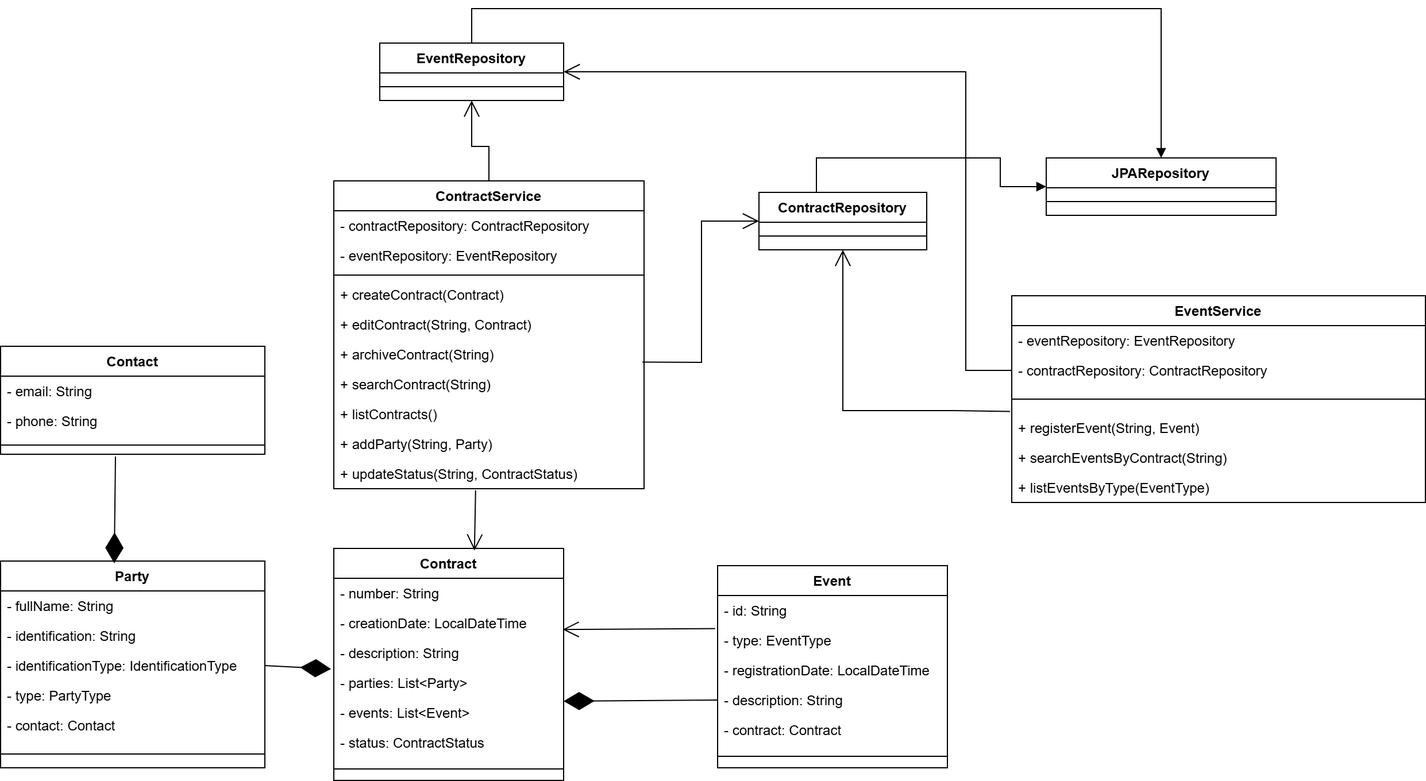
The draw.io diagram src/main/resources/docs/png_docs/classes.png in juliocloud/gerenciamento-contratos, before a commit. Source tidied: cells renumbered, new cells last; positions are measured from the earlier drawing's top-left corner, leaving out a move shared by most shapes.
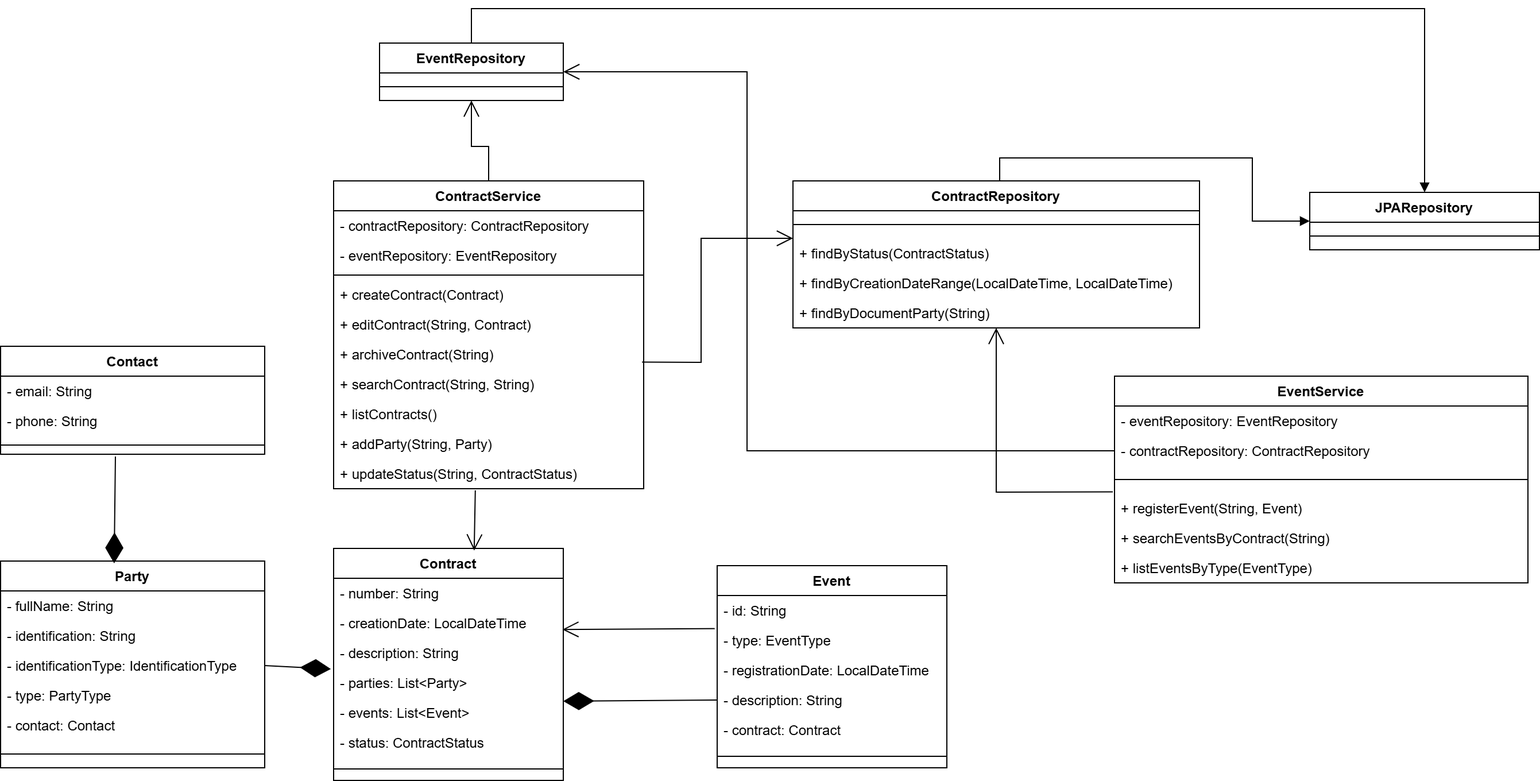
Later version of the same file.

Diff of the diagram source:
```diff
@@ -88,7 +88,7 @@
     <mxCell id="29" value="+ archiveContract(String)" style="text;strokeColor=none;fillColor=none;align=left;verticalAlign=top;spacingLeft=4;spacingRight=4;overflow=hidden;points=[[0,0.5],[1,0.5]];portConstraint=eastwest;whiteSpace=wrap;html=1;" parent="23" vertex="1">
       <mxGeometry y="138" width="270" height="26" as="geometry" />
     </mxCell>
-    <mxCell id="30" value="+ searchContract(String)" style="text;strokeColor=none;fillColor=none;align=left;verticalAlign=top;spacingLeft=4;spacingRight=4;overflow=hidden;whiteSpace=wrap;html=1;" parent="23" vertex="1">
+    <mxCell id="30" value="+ searchContract(String, String)" style="text;strokeColor=none;fillColor=none;align=left;verticalAlign=top;spacingLeft=4;spacingRight=4;overflow=hidden;whiteSpace=wrap;html=1;" parent="23" vertex="1">
       <mxGeometry y="164" width="270" height="26" as="geometry" />
     </mxCell>
     <mxCell id="31" value="+ listContracts()" style="text;strokeColor=none;fillColor=none;align=left;verticalAlign=top;spacingLeft=4;spacingRight=4;overflow=hidden;whiteSpace=wrap;html=1;" parent="23" vertex="1">
@@ -103,26 +103,36 @@
     <mxCell id="34" style="endArrow=open;endFill=1;endSize=12;html=1;rounded=0;exitX=0.457;exitY=1.055;exitDx=0;exitDy=0;exitPerimeter=0;entryX=0.612;entryY=0.009;entryDx=0;entryDy=0;entryPerimeter=0;" parent="1" edge="1" source="33" target="2">
       <mxGeometry relative="1" as="geometry" />
     </mxCell>
-    <mxCell id="35" style="edgeStyle=orthogonalEdgeStyle;rounded=0;jettySize=auto;html=1;entryX=0;entryY=0.5;entryDx=0;entryDy=0;endArrow=block;endFill=1;" parent="1" edge="1" source="36" target="61">
+    <mxCell id="35" style="edgeStyle=orthogonalEdgeStyle;rounded=0;jettySize=auto;html=1;endArrow=block;endFill=1;entryX=0;entryY=0.5;entryDx=0;entryDy=0;" parent="1" edge="1" source="36" target="61">
       <mxGeometry relative="1" as="geometry">
         <Array as="points">
-          <mxPoint x="710" y="130" />
           <mxPoint x="870" y="130" />
-          <mxPoint x="870" y="155" />
+          <mxPoint x="1090" y="130" />
+          <mxPoint x="1090" y="185" />
         </Array>
       </mxGeometry>
     </mxCell>
     <mxCell id="36" value="ContractRepository" style="swimlane;fontStyle=1;align=center;verticalAlign=top;horizontal=1;startSize=26;whiteSpace=wrap;html=1;" parent="1" vertex="1">
-      <mxGeometry x="660" y="160" width="146" height="50" as="geometry" />
+      <mxGeometry x="690" y="150" width="354" height="128" as="geometry" />
     </mxCell>
     <mxCell id="37" style="line;strokeWidth=1;fillColor=none;align=left;verticalAlign=middle;spacingTop=-1;spacingLeft=3;spacingRight=3;labelPosition=right;strokeColor=inherit;" parent="36" vertex="1">
-      <mxGeometry y="26" width="146" height="24" as="geometry" />
+      <mxGeometry y="26" width="354" height="24" as="geometry" />
     </mxCell>
+    <mxCell id="63" value="+ findByStatus(ContractStatus)" style="text;strokeColor=none;fillColor=none;align=left;verticalAlign=top;spacingLeft=4;spacingRight=4;overflow=hidden;whiteSpace=wrap;html=1;" parent="36" vertex="1">
+      <mxGeometry y="50" width="354" height="26" as="geometry" />
+    </mxCell>
+    <mxCell id="64" value="+ findByCreationDateRange(LocalDateTime, LocalDateTime)" style="text;strokeColor=none;fillColor=none;align=left;verticalAlign=top;spacingLeft=4;spacingRight=4;overflow=hidden;whiteSpace=wrap;html=1;" parent="36" vertex="1">
+      <mxGeometry y="76" width="354" height="26" as="geometry" />
+    </mxCell>
+    <mxCell id="65" value="+ findByDocumentParty(String)" style="text;strokeColor=none;fillColor=none;align=left;verticalAlign=top;spacingLeft=4;spacingRight=4;overflow=hidden;whiteSpace=wrap;html=1;" parent="36" vertex="1">
+      <mxGeometry y="102" width="354" height="26" as="geometry" />
+    </mxCell>
-    <mxCell id="38" style="endArrow=open;endFill=1;endSize=12;html=1;rounded=0;exitX=0.995;exitY=0.762;exitDx=0;exitDy=0;exitPerimeter=0;entryX=0;entryY=0.5;entryDx=0;entryDy=0;" parent="1" edge="1" source="29" target="36">
+    <mxCell id="38" style="endArrow=open;endFill=1;endSize=12;html=1;rounded=0;exitX=0.995;exitY=0.762;exitDx=0;exitDy=0;exitPerimeter=0;" parent="1" edge="1" source="29">
       <mxGeometry relative="1" as="geometry">
+        <mxPoint x="690" y="200" as="targetPoint" />
         <Array as="points">
           <mxPoint x="610" y="308" />
-          <mxPoint x="610" y="185" />
+          <mxPoint x="610" y="200" />
         </Array>
       </mxGeometry>
     </mxCell>
@@ -157,7 +167,7 @@
       <mxGeometry relative="1" as="geometry">
         <Array as="points">
           <mxPoint x="410" />
-          <mxPoint x="1010" />
+          <mxPoint x="1240" />
         </Array>
       </mxGeometry>
     </mxCell>
@@ -168,7 +178,7 @@
       <mxGeometry y="26" width="160" height="24" as="geometry" />
     </mxCell>
     <mxCell id="51" value="EventService" style="swimlane;fontStyle=1;align=center;verticalAlign=top;horizontal=1;startSize=26;whiteSpace=wrap;html=1;" parent="1" vertex="1">
-      <mxGeometry x="880" y="250" width="360" height="180" as="geometry" />
+      <mxGeometry x="970" y="320" width="360" height="180" as="geometry" />
     </mxCell>
     <mxCell id="52" value="- eventRepository: EventRepository" style="text;strokeColor=none;fillColor=none;align=left;verticalAlign=top;spacingLeft=4;spacingRight=4;overflow=hidden;whiteSpace=wrap;html=1;" parent="51" vertex="1">
       <mxGeometry y="26" width="360" height="26" as="geometry" />
@@ -191,16 +201,16 @@
     <mxCell id="58" style="endArrow=open;endFill=1;endSize=12;html=1;rounded=0;exitX=-0.004;exitY=-0.049;exitDx=0;exitDy=0;entryX=0.5;entryY=1;entryDx=0;entryDy=0;exitPerimeter=0;" parent="1" edge="1" source="55" target="36">
       <mxGeometry relative="1" as="geometry">
         <Array as="points">
-          <mxPoint x="830" y="350" />
-          <mxPoint x="733" y="350" />
+          <mxPoint x="867" y="421" />
         </Array>
       </mxGeometry>
     </mxCell>
     <mxCell id="59" style="endArrow=open;endFill=1;endSize=12;html=1;rounded=0;exitX=0;exitY=0.5;exitDx=0;exitDy=0;entryX=1;entryY=0.5;entryDx=0;entryDy=0;" parent="1" edge="1" source="53" target="49">
       <mxGeometry relative="1" as="geometry">
         <Array as="points">
-          <mxPoint x="840" y="315" />
-          <mxPoint x="840" y="55" />
+          <mxPoint x="650" y="385" />
+          <mxPoint x="650" y="190" />
+          <mxPoint x="650" y="55" />
         </Array>
       </mxGeometry>
     </mxCell>
@@ -213,7 +223,7 @@
       </mxGeometry>
     </mxCell>
     <mxCell id="61" value="JPARepository" style="swimlane;fontStyle=1;align=center;verticalAlign=top;horizontal=1;startSize=26;whiteSpace=wrap;html=1;" parent="1" vertex="1">
-      <mxGeometry x="910" y="130" width="200" height="50" as="geometry" />
+      <mxGeometry x="1140" y="160" width="200" height="50" as="geometry" />
     </mxCell>
     <mxCell id="62" style="line;strokeWidth=1;fillColor=none;align=left;verticalAlign=middle;spacingTop=-1;spacingLeft=3;spacingRight=3;labelPosition=right;strokeColor=inherit;" parent="61" vertex="1">
       <mxGeometry y="26" width="200" height="24" as="geometry" />
```
